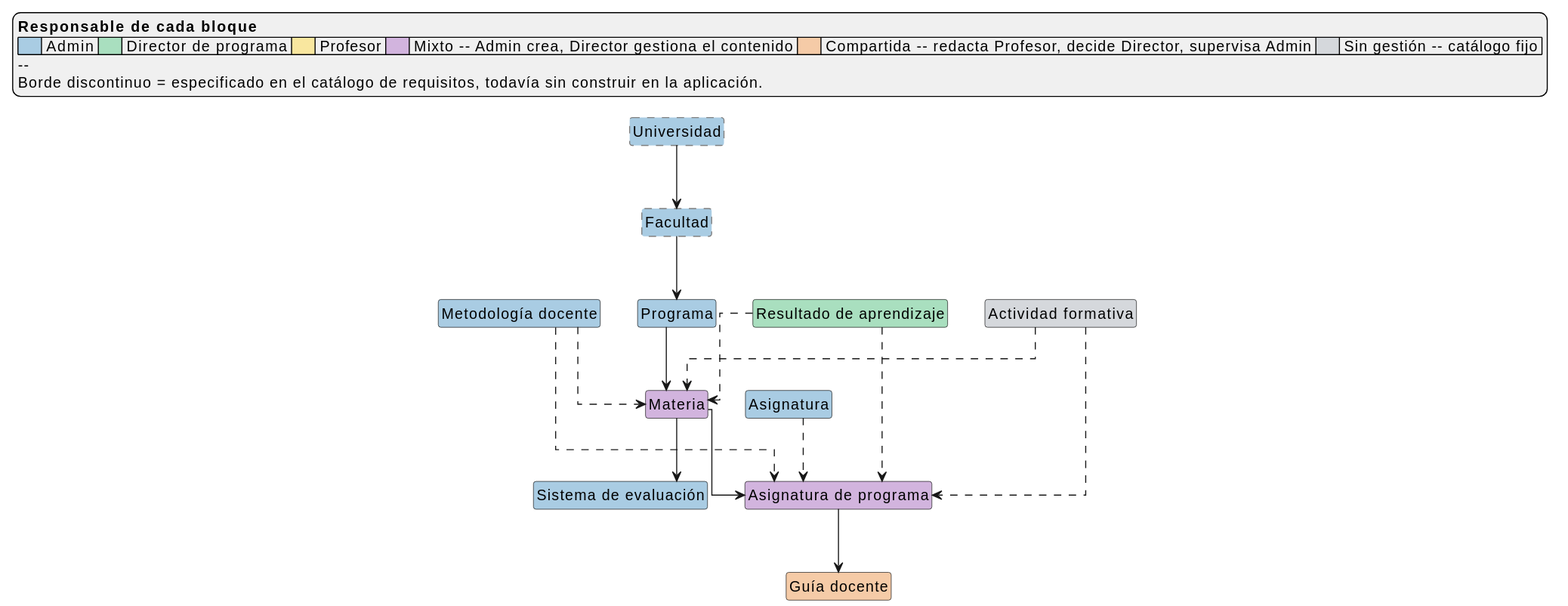
Before: images/MANUAL_USUARIO/estructuraDelSistema.svg, a diagram exported from PlantUML (mmasias/pyCeldaPublico).
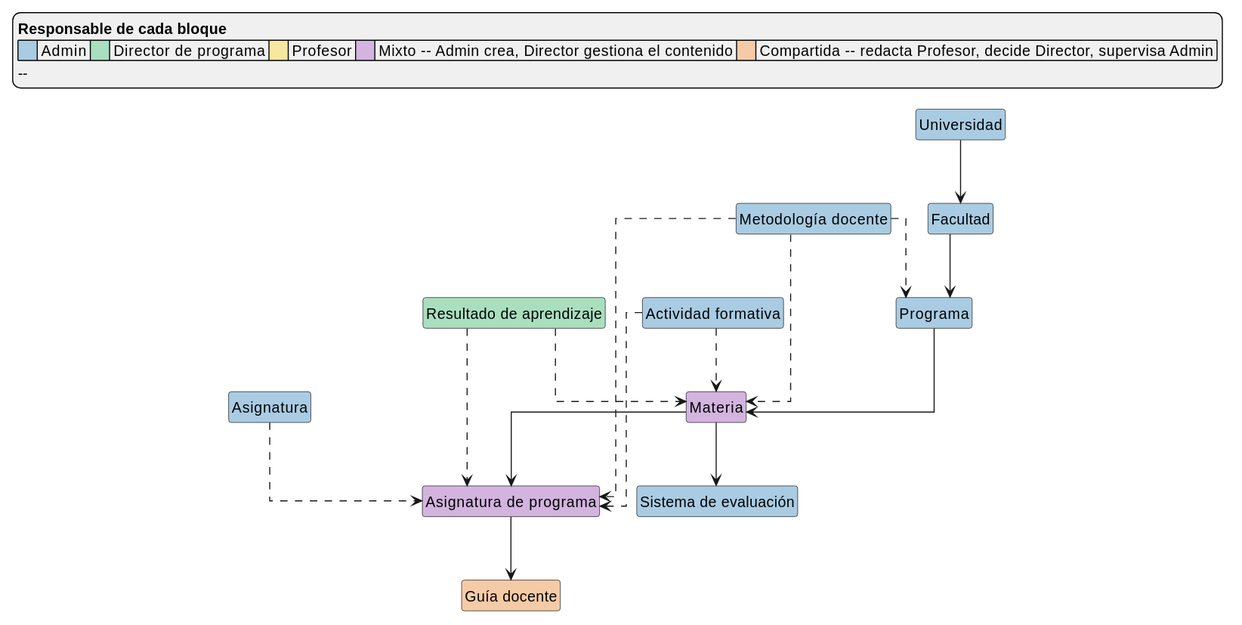
The same diagram one commit later.

What changed in the source:
```diff
@@ -13,13 +13,12 @@
 
 legend top
     **Responsable de cada bloque**
-    |<#A9CCE3>     | Admin |<#A9DFBF>     | Director de programa |<#F9E79F>     | Profesor |<#D2B4DE>     | Mixto -- Admin crea, Director gestiona el contenido |<#F5CBA7>     | Compartida -- redacta Profesor, decide Director, supervisa Admin |<#D5D8DC>     | Sin gestión -- catálogo fijo |
+    |<#A9CCE3>     | Admin |<#A9DFBF>     | Director de programa |<#F9E79F>     | Profesor |<#D2B4DE>     | Mixto -- Admin crea, Director gestiona el contenido |<#F5CBA7>     | Compartida -- redacta Profesor, decide Director, supervisa Admin |
     --
-    Borde discontinuo = especificado en el catálogo de requisitos, todavía sin construir en la aplicación.
 end legend
 
-class "Universidad" as Universidad #A9CCE3;line:gray;line.dashed
-class "Facultad" as Facultad #A9CCE3;line:gray;line.dashed
+class "Universidad" as Universidad #A9CCE3
+class "Facultad" as Facultad #A9CCE3
 class "Programa" as Programa #A9CCE3
 class "Materia" as Materia #D2B4DE
 class "Sistema de evaluación" as SistemaEvaluacion #A9CCE3
@@ -36,9 +35,10 @@
 class "Asignatura" as Asignatura #A9CCE3
 class "Metodología docente" as MetodologiaDocente #A9CCE3
 class "Resultado de aprendizaje" as ResultadoAprendizaje #A9DFBF
-class "Actividad formativa" as ActividadFormativa #D5D8DC
+class "Actividad formativa" as ActividadFormativa #A9CCE3
 
 Asignatura ..> AsignaturaPrograma
+MetodologiaDocente ..> Programa
 MetodologiaDocente ..> Materia
 MetodologiaDocente ..> AsignaturaPrograma
 ResultadoAprendizaje ..> Materia
```
